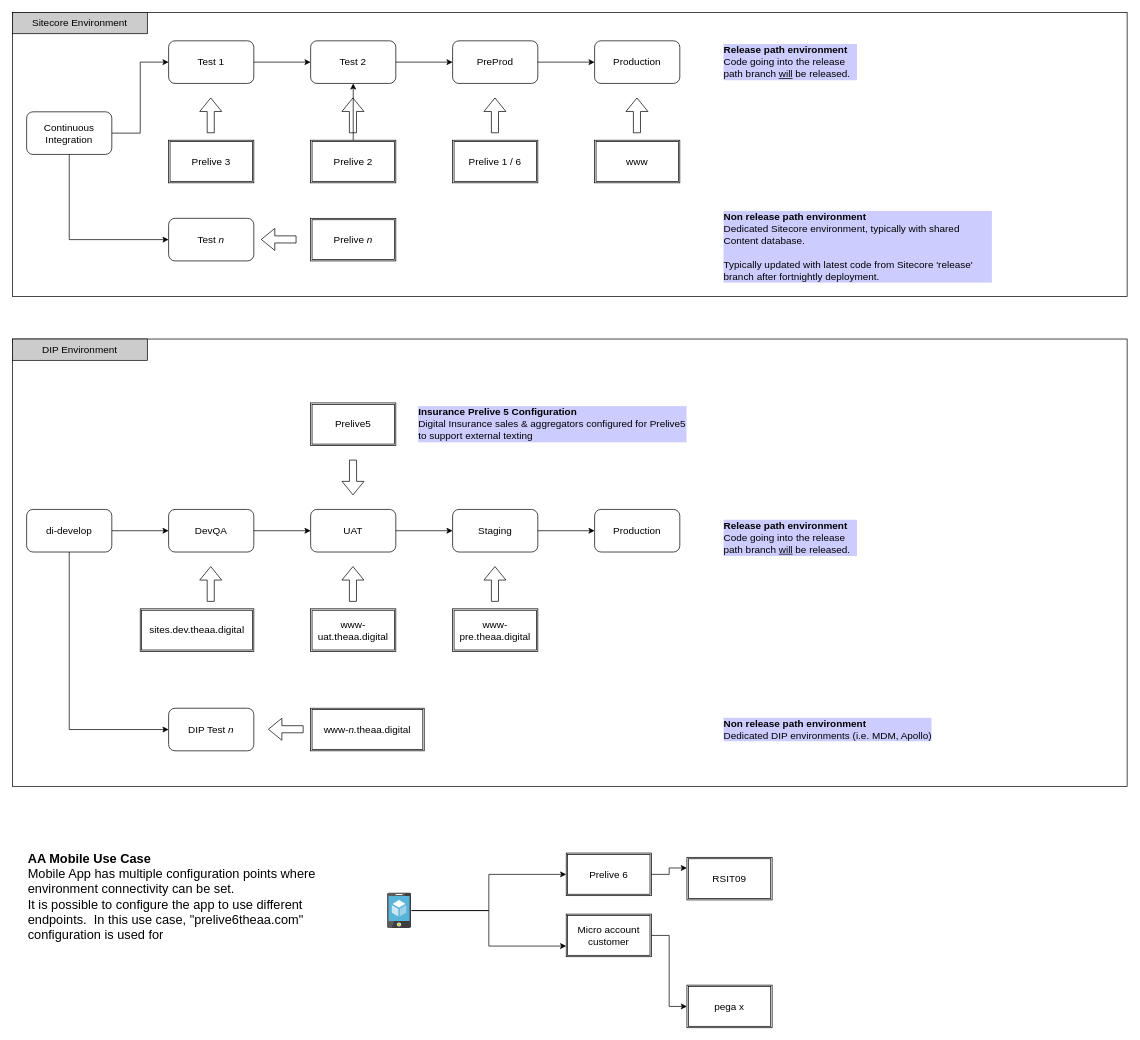
Before: Environment.drawio in andrewjamescarr/diagrams, a draw.io diagram. Source tidied: cells renumbered, new cells numbered last; positions are measured from the earlier drawing's top-left corner, leaving out a move shared by most shapes. Both pictures are drawn from the tidied source at 71%, with x=0, y=0 at pixel (12, 12).
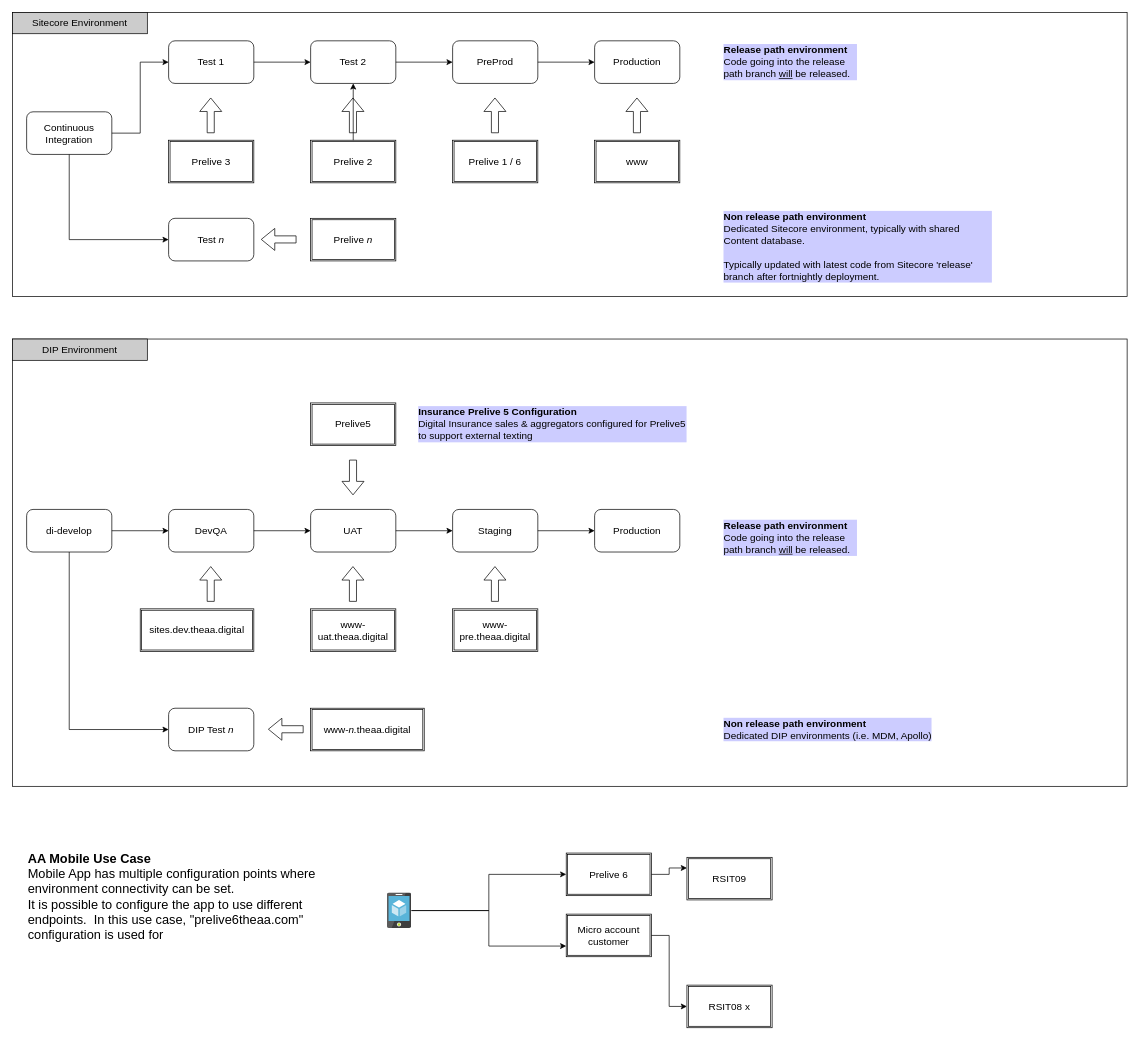
Above is the later version.

Diff of the diagram source:
```diff
@@
-    <mxCell id="63" value="pega x" style="shape=ext;double=1;rounded=0;whiteSpace=wrap;html=1;fillColor=none;fontSize=14;" parent="1" vertex="1">
+    <mxCell id="63" value="RSIT08 x" style="shape=ext;double=1;rounded=0;whiteSpace=wrap;html=1;fillColor=none;fontSize=14;" parent="1" vertex="1">
       <mxGeometry x="950" y="1370" width="120" height="60" as="geometry" />
     </mxCell>
```
